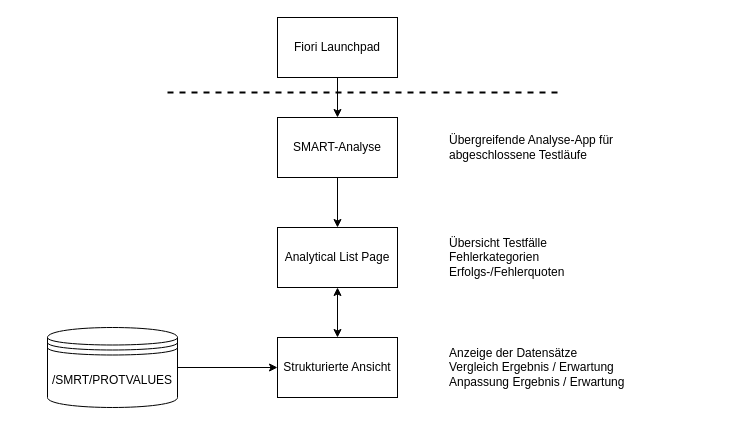
Earlier version of the draw.io diagram Strukturierte Ansicht Komponentenübersicht.drawio (Raaphaaa/UI5-Playground). Source tidied: cells renumbered, new cells numbered last; positions are measured from the earlier drawing's top-left corner, leaving out a move shared by most shapes. Both pictures are drawn from the tidied source at 100%, with x=0, y=0 at pixel (47, 17).
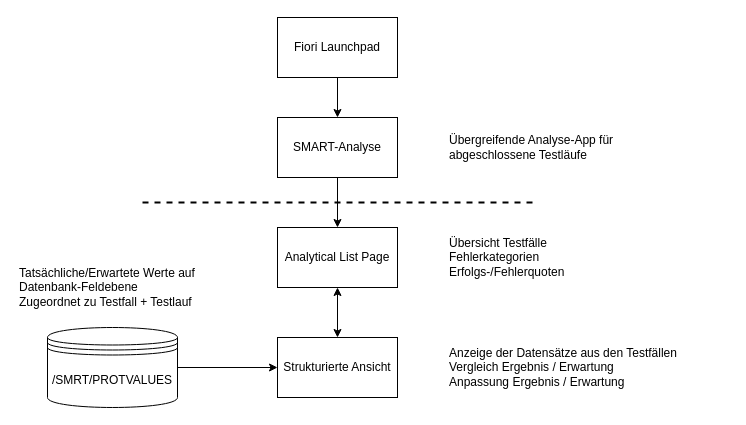
The same diagram, later.

The edit, as a diff of the source:
```diff
@@
 <mxGraphModel>
   <root>
     <mxCell id="0" />
     <mxCell id="1" parent="0" />
     <mxCell id="2" style="edgeStyle=orthogonalEdgeStyle;rounded=0;jettySize=auto;html=1;" parent="1" edge="1" source="3" target="5">
       <mxGeometry relative="1" as="geometry" />
     </mxCell>
     <mxCell id="3" value="Fiori Launchpad" style="rounded=0;whiteSpace=wrap;html=1;" parent="1" vertex="1">
       <mxGeometry x="230" width="120" height="60" as="geometry" />
     </mxCell>
     <mxCell id="4" style="edgeStyle=orthogonalEdgeStyle;rounded=0;jettySize=auto;html=1;" parent="1" edge="1" source="5" target="7">
       <mxGeometry relative="1" as="geometry" />
     </mxCell>
     <mxCell id="5" value="SMART-Analyse" style="rounded=0;whiteSpace=wrap;html=1;" parent="1" vertex="1">
       <mxGeometry x="230" y="100" width="120" height="60" as="geometry" />
     </mxCell>
     <mxCell id="6" style="edgeStyle=orthogonalEdgeStyle;rounded=0;jettySize=auto;html=1;startArrow=classic;startFill=1;" parent="1" edge="1" source="7" target="8">
       <mxGeometry relative="1" as="geometry" />
     </mxCell>
     <mxCell id="7" value="Analytical List Page" style="rounded=0;whiteSpace=wrap;html=1;" parent="1" vertex="1">
       <mxGeometry x="230" y="210" width="120" height="60" as="geometry" />
     </mxCell>
     <mxCell id="8" value="Strukturierte Ansicht" style="rounded=0;whiteSpace=wrap;html=1;" parent="1" vertex="1">
       <mxGeometry x="230" y="320" width="120" height="60" as="geometry" />
     </mxCell>
     <mxCell id="9" value="Übergreifende Analyse-App für abgeschlossene Testläufe" style="text;html=1;whiteSpace=wrap;strokeColor=none;fillColor=none;align=left;verticalAlign=middle;rounded=0;" parent="1" vertex="1">
       <mxGeometry x="400" y="100" width="191" height="60" as="geometry" />
     </mxCell>
-    <mxCell id="10" value="Anzeige der Datensätze&lt;div&gt;Vergleich Ergebnis / Erwartung&lt;/div&gt;&lt;div&gt;Anpassung&amp;nbsp;&lt;span style=&quot;background-color: transparent; color: light-dark(rgb(0, 0, 0), rgb(255, 255, 255));&quot;&gt;Ergebnis / Erwartung&lt;/span&gt;&lt;/div&gt;" style="text;html=1;whiteSpace=wrap;strokeColor=none;fillColor=none;align=left;verticalAlign=middle;rounded=0;" parent="1" vertex="1">
-      <mxGeometry x="400" y="320" width="191" height="60" as="geometry" />
+    <mxCell id="10" value="Anzeige der Datensätze aus den Testfällen&lt;div&gt;Vergleich Ergebnis / Erwartung&lt;/div&gt;&lt;div&gt;Anpassung&amp;nbsp;&lt;span style=&quot;background-color: transparent; color: light-dark(rgb(0, 0, 0), rgb(255, 255, 255));&quot;&gt;Ergebnis / Erwartung&lt;/span&gt;&lt;/div&gt;" style="text;html=1;whiteSpace=wrap;strokeColor=none;fillColor=none;align=left;verticalAlign=middle;rounded=0;" parent="1" vertex="1">
+      <mxGeometry x="400" y="320" width="281" height="60" as="geometry" />
     </mxCell>
     <mxCell id="11" value="Übersicht Testfälle&lt;div&gt;Fehlerkategorien&lt;/div&gt;&lt;div&gt;Erfolgs-/Fehlerquoten&lt;/div&gt;" style="text;html=1;whiteSpace=wrap;strokeColor=none;fillColor=none;align=left;verticalAlign=middle;rounded=0;" parent="1" vertex="1">
       <mxGeometry x="400" y="210" width="191" height="60" as="geometry" />
     </mxCell>
     <mxCell id="12" style="line;strokeWidth=2;html=1;dashed=1;" parent="1" vertex="1">
-      <mxGeometry x="120" y="70" width="390" height="10" as="geometry" />
+      <mxGeometry x="95" y="180" width="390" height="10" as="geometry" />
     </mxCell>
     <mxCell id="13" style="edgeStyle=orthogonalEdgeStyle;rounded=0;jettySize=auto;html=1;" parent="1" edge="1" source="14" target="8">
       <mxGeometry relative="1" as="geometry" />
     </mxCell>
     <mxCell id="14" value="/SMRT/PROTVALUES" style="shape=datastore;whiteSpace=wrap;html=1;" parent="1" vertex="1">
       <mxGeometry y="310" width="130" height="80" as="geometry" />
     </mxCell>
+    <mxCell id="15" value="Tatsächliche/Erwartete Werte auf Datenbank-Feldebene&lt;div&gt;Zugeordnet zu Testfall + Testlauf&lt;/div&gt;" style="text;html=1;whiteSpace=wrap;strokeColor=none;fillColor=none;align=left;verticalAlign=middle;rounded=0;" parent="1" vertex="1">
+      <mxGeometry x="-30.5" y="240" width="191" height="60" as="geometry" />
+    </mxCell>
   </root>
 </mxGraphModel>
```
